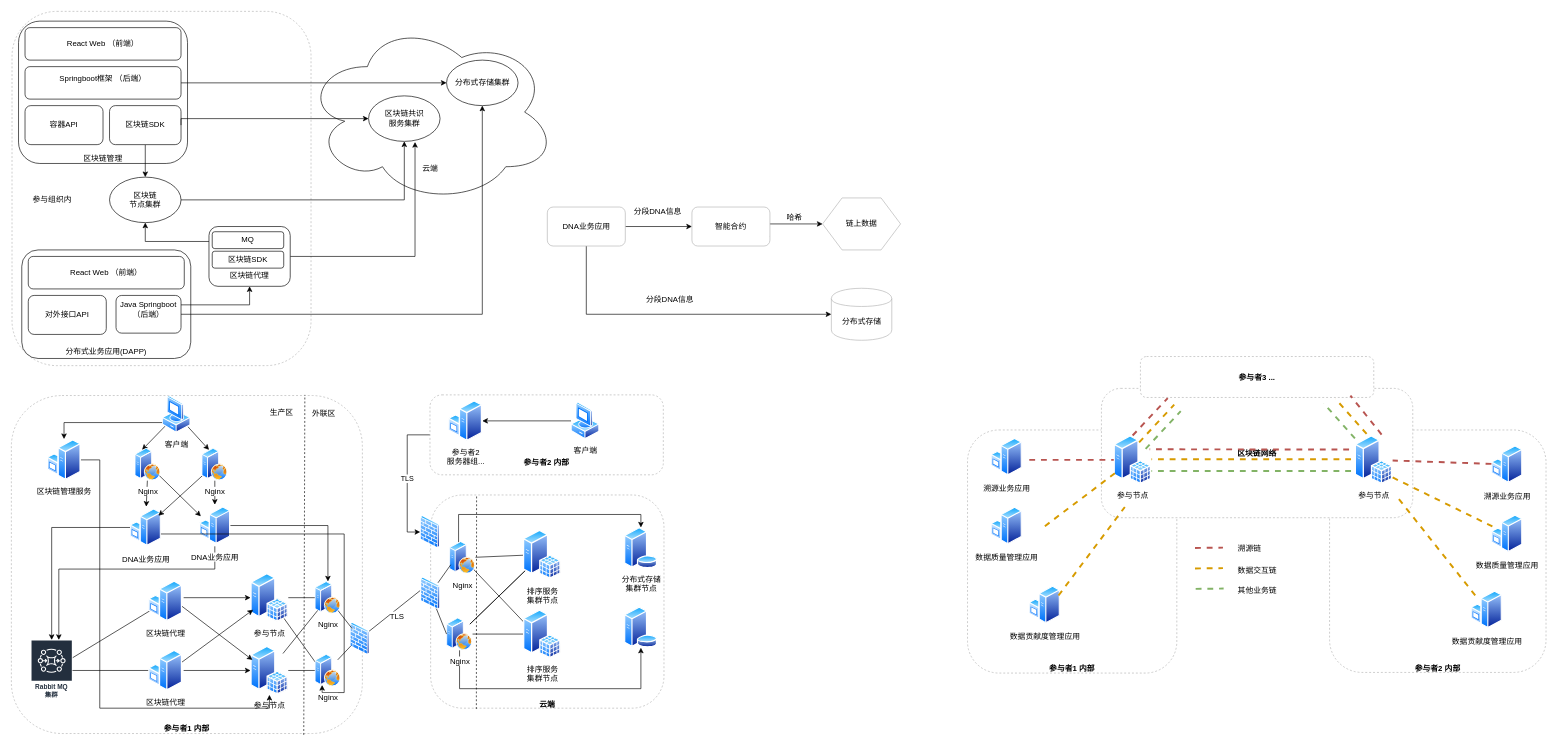
Before: repository/drawio/dna-bc.drawio in dilide/collections, a draw.io diagram. Source tidied: cells renumbered, new cells numbered last; positions are measured from the earlier drawing's top-left corner, leaving out a move shared by most shapes. Both pictures are drawn from the tidied source at 65%, with x=0, y=0 at pixel (11, 11).
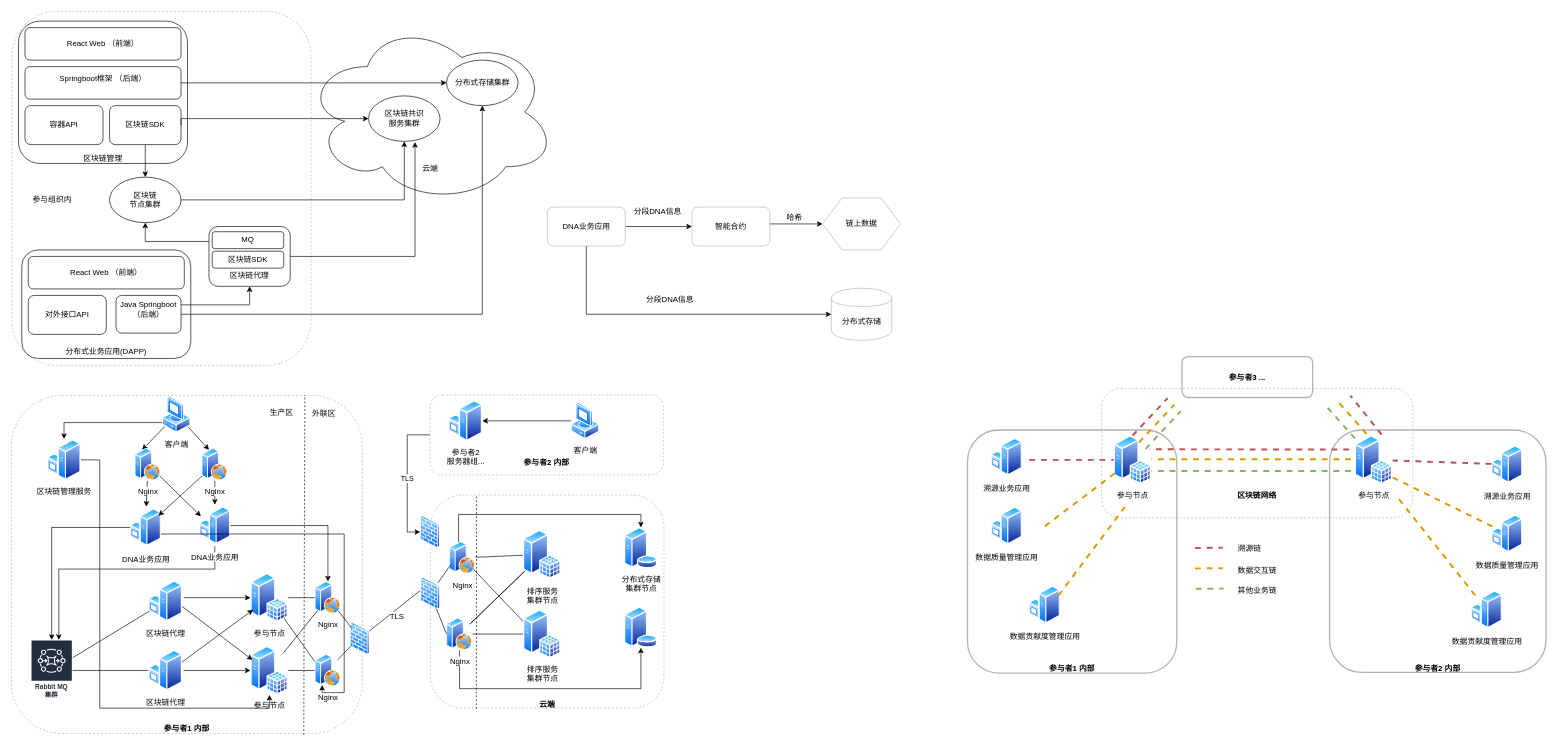
The same page after the edit.

What changed in the source:
```diff
@@
+    <mxCell id="117" value="参与者3 ..." style="rounded=1;whiteSpace=wrap;html=1;strokeColor=#B3B3B3;fontStyle=1;strokeWidth=2;" parent="1" vertex="1">
+      <mxGeometry x="1801" y="531" width="201" height="63" as="geometry" />
+    </mxCell>
-    <mxCell id="2" value="&lt;br&gt;&lt;br&gt;&lt;br&gt;&lt;br&gt;&lt;br&gt;&lt;br&gt;&lt;br&gt;&lt;br&gt;&lt;br&gt;&lt;br&gt;&lt;br&gt;&lt;br&gt;&lt;br&gt;&lt;br&gt;&lt;br&gt;&lt;br&gt;&lt;br&gt;&lt;br&gt;&lt;br&gt;&lt;br&gt;&lt;br&gt;&lt;br&gt;&lt;br&gt;&lt;br&gt;&lt;br&gt;参与者1 内部" style="rounded=1;whiteSpace=wrap;html=1;dashed=1;strokeColor=#B3B3B3;fontStyle=1;" parent="1" vertex="1">
+    <mxCell id="2" value="&lt;br&gt;&lt;br&gt;&lt;br&gt;&lt;br&gt;&lt;br&gt;&lt;br&gt;&lt;br&gt;&lt;br&gt;&lt;br&gt;&lt;br&gt;&lt;br&gt;&lt;br&gt;&lt;br&gt;&lt;br&gt;&lt;br&gt;&lt;br&gt;&lt;br&gt;&lt;br&gt;&lt;br&gt;&lt;br&gt;&lt;br&gt;&lt;br&gt;&lt;br&gt;&lt;br&gt;&lt;br&gt;参与者1 内部" style="rounded=1;whiteSpace=wrap;html=1;strokeColor=#B3B3B3;fontStyle=1;strokeWidth=2;" parent="1" vertex="1">
       <mxGeometry x="1471" y="644" width="322" height="374" as="geometry" />
     </mxCell>
-    <mxCell id="3" value="&lt;br&gt;&lt;br&gt;&lt;br&gt;&lt;br&gt;&lt;br&gt;&lt;br&gt;&lt;br&gt;&lt;br&gt;&lt;br&gt;&lt;br&gt;&lt;br&gt;&lt;br&gt;&lt;br&gt;&lt;br&gt;&lt;br&gt;&lt;br&gt;&lt;br&gt;&lt;br&gt;&lt;br&gt;&lt;br&gt;&lt;br&gt;&lt;br&gt;&lt;br&gt;&lt;br&gt;&lt;br&gt;参与者2 内部" style="rounded=1;whiteSpace=wrap;html=1;dashed=1;strokeColor=#B3B3B3;fontStyle=1;" parent="1" vertex="1">
+    <mxCell id="3" value="&lt;br&gt;&lt;br&gt;&lt;br&gt;&lt;br&gt;&lt;br&gt;&lt;br&gt;&lt;br&gt;&lt;br&gt;&lt;br&gt;&lt;br&gt;&lt;br&gt;&lt;br&gt;&lt;br&gt;&lt;br&gt;&lt;br&gt;&lt;br&gt;&lt;br&gt;&lt;br&gt;&lt;br&gt;&lt;br&gt;&lt;br&gt;&lt;br&gt;&lt;br&gt;&lt;br&gt;&lt;br&gt;参与者2 内部" style="rounded=1;whiteSpace=wrap;html=1;strokeColor=#B3B3B3;fontStyle=1;strokeWidth=2;" parent="1" vertex="1">
       <mxGeometry x="2028" y="644" width="333" height="373" as="geometry" />
     </mxCell>
-    <mxCell id="4" value="区块链网络" style="rounded=1;whiteSpace=wrap;html=1;dashed=1;strokeColor=#B3B3B3;fontStyle=1;" parent="1" vertex="1">
+    <mxCell id="4" value="&lt;br&gt;&lt;br&gt;&lt;br&gt;&lt;br&gt;&lt;br&gt;&lt;br&gt;&lt;br&gt;&lt;br&gt;&lt;br&gt;区块链网络" style="rounded=1;whiteSpace=wrap;html=1;dashed=1;strokeColor=#B3B3B3;fontStyle=1;fillColor=none;" parent="1" vertex="1">
       <mxGeometry x="1677" y="580" width="479" height="199" as="geometry" />
     </mxCell>
@@
-    <mxCell id="117" value="参与者3 ..." style="rounded=1;whiteSpace=wrap;html=1;dashed=1;strokeColor=#B3B3B3;fontStyle=1;" parent="1" vertex="1">
-      <mxGeometry x="1737" y="531" width="359" height="63" as="geometry" />
-    </mxCell>
```
